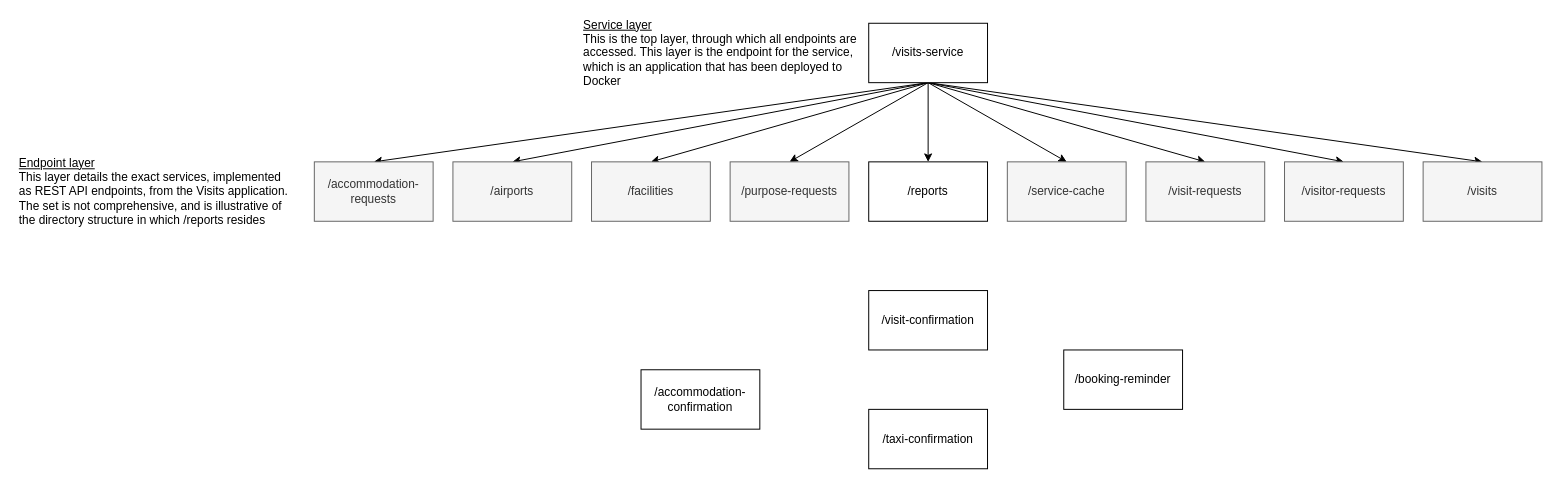
Earlier version of the draw.io diagram Service URL hierarchy.drawio (ambolt314/FinalProjectDesign). Source tidied: cells renumbered, new cells numbered last; positions are measured from the earlier drawing's top-left corner, leaving out a move shared by most shapes. Both pictures are drawn from the tidied source at 99%, with x=0, y=0 at pixel (17, 23).
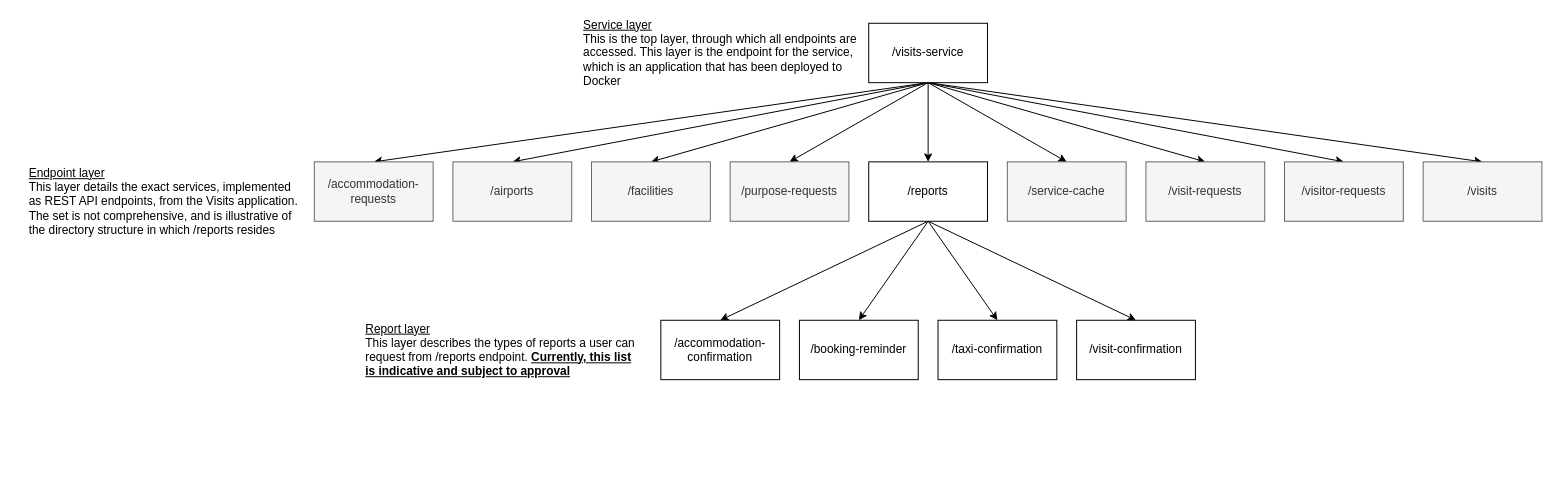
The same diagram, later.

Commit message:
Added report layer

The change refers to these unchanged cells:
```xml
<mxCell id="13" value="/reports" style="rounded=0;whiteSpace=wrap;html=1;" parent="1" vertex="1">
  <mxGeometry x="860" y="140" width="120" height="60" as="geometry" />
</mxCell>
```

The edit, as a diff of the source:
```diff
@@
+    <mxCell id="27" style="edgeStyle=none;rounded=0;jettySize=auto;html=1;entryX=0.5;entryY=0;entryDx=0;entryDy=0;exitX=0.5;exitY=1;exitDx=0;exitDy=0;" parent="1" edge="1" source="13" target="26">
+      <mxGeometry relative="1" as="geometry" />
+    </mxCell>
+    <mxCell id="28" style="edgeStyle=none;rounded=0;jettySize=auto;html=1;entryX=0.5;entryY=0;entryDx=0;entryDy=0;exitX=0.5;exitY=1;exitDx=0;exitDy=0;" parent="1" edge="1" source="13" target="23">
+      <mxGeometry relative="1" as="geometry" />
+    </mxCell>
+    <mxCell id="29" style="edgeStyle=none;rounded=0;jettySize=auto;html=1;entryX=0.5;entryY=0;entryDx=0;entryDy=0;exitX=0.5;exitY=1;exitDx=0;exitDy=0;" parent="1" edge="1" source="13" target="22">
+      <mxGeometry relative="1" as="geometry" />
+    </mxCell>
+    <mxCell id="30" style="edgeStyle=none;rounded=0;jettySize=auto;html=1;entryX=0.5;entryY=0;entryDx=0;entryDy=0;exitX=0.5;exitY=1;exitDx=0;exitDy=0;" parent="1" edge="1" source="13" target="14">
+      <mxGeometry relative="1" as="geometry" />
+    </mxCell>
@@
     <mxCell id="14" value="/visit-confirmation" style="rounded=0;whiteSpace=wrap;html=1;" parent="1" vertex="1">
-      <mxGeometry x="860" y="270" width="120" height="60" as="geometry" />
+      <mxGeometry x="1070" y="300" width="120" height="60" as="geometry" />
     </mxCell>
@@
     <mxCell id="22" value="/taxi-confirmation" style="rounded=0;whiteSpace=wrap;html=1;" parent="1" vertex="1">
-      <mxGeometry x="860" y="390" width="120" height="60" as="geometry" />
+      <mxGeometry x="930" y="300" width="120" height="60" as="geometry" />
     </mxCell>
     <mxCell id="23" value="/booking-reminder" style="rounded=0;whiteSpace=wrap;html=1;" parent="1" vertex="1">
-      <mxGeometry x="1057" y="330" width="120" height="60" as="geometry" />
+      <mxGeometry x="790" y="300" width="120" height="60" as="geometry" />
     </mxCell>
@@
-    <mxCell id="25" value="&lt;u&gt;Endpoint layer&lt;/u&gt;&lt;div align=&quot;left&quot;&gt;This layer details the exact services, implemented as REST API endpoints, from the Visits application. The set is not comprehensive, and is illustrative of the directory structure in which /reports resides&lt;br&gt;&lt;/div&gt;" style="text;html=1;align=left;verticalAlign=middle;whiteSpace=wrap;rounded=0;" parent="1" vertex="1">
-      <mxGeometry y="155" width="280" height="30" as="geometry" />
+    <mxCell id="25" value="&lt;u&gt;Report layer&lt;br&gt;&lt;/u&gt;&lt;div align=&quot;left&quot;&gt;This layer describes the types of reports a user can request from /reports endpoint. &lt;b&gt;&lt;u&gt;Currently, this list is indicative and subject to approval&lt;/u&gt;&lt;/b&gt;&lt;br&gt;&lt;/div&gt;" style="text;html=1;align=left;verticalAlign=middle;whiteSpace=wrap;rounded=0;" parent="1" vertex="1">
+      <mxGeometry x="350" y="315" width="280" height="30" as="geometry" />
     </mxCell>
     <mxCell id="26" value="/accommodation-confirmation" style="rounded=0;whiteSpace=wrap;html=1;" parent="1" vertex="1">
-      <mxGeometry x="630" y="350" width="120" height="60" as="geometry" />
+      <mxGeometry x="650" y="300" width="120" height="60" as="geometry" />
     </mxCell>
+    <mxCell id="31" value="&lt;u&gt;Endpoint layer&lt;/u&gt;&lt;div align=&quot;left&quot;&gt;This layer details the exact services, implemented as REST API endpoints, from the Visits application. The set is not comprehensive, and is illustrative of the directory structure in which /reports resides&lt;br&gt;&lt;/div&gt;" style="text;html=1;align=left;verticalAlign=middle;whiteSpace=wrap;rounded=0;" parent="1" vertex="1">
+      <mxGeometry x="10" y="165" width="280" height="30" as="geometry" />
+    </mxCell>
```
